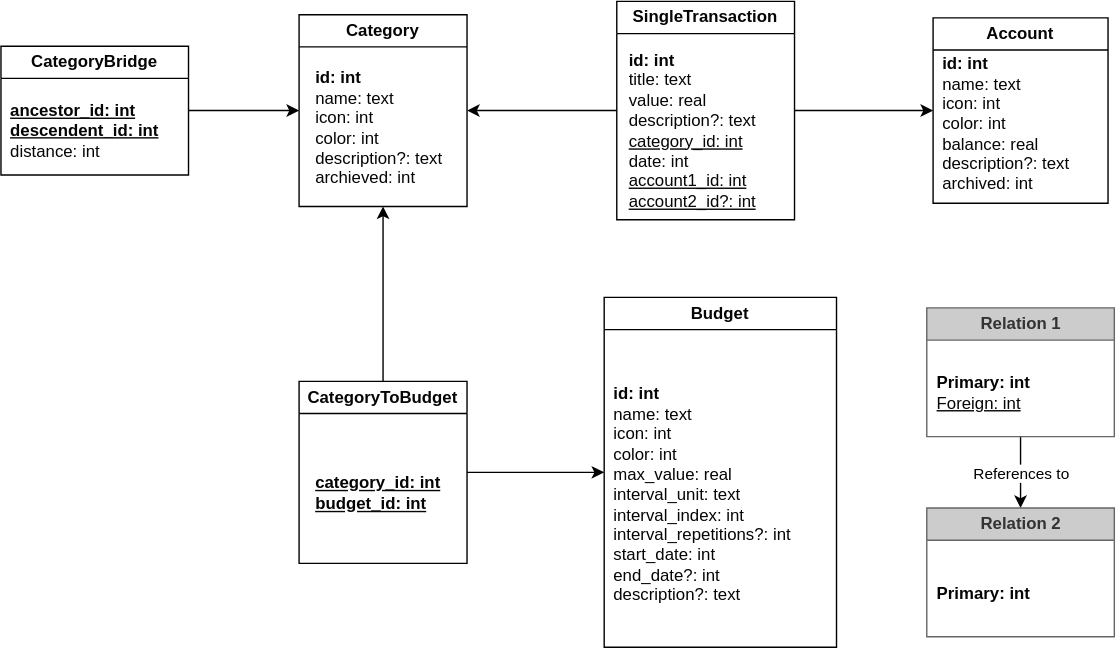
Earlier version of the draw.io export docs/dbv2.drawio.svg (budgetiser/budgetiser). Source tidied: cells renumbered, new cells last; positions are measured from the earlier drawing's top-left corner, leaving out a move shared by most shapes.
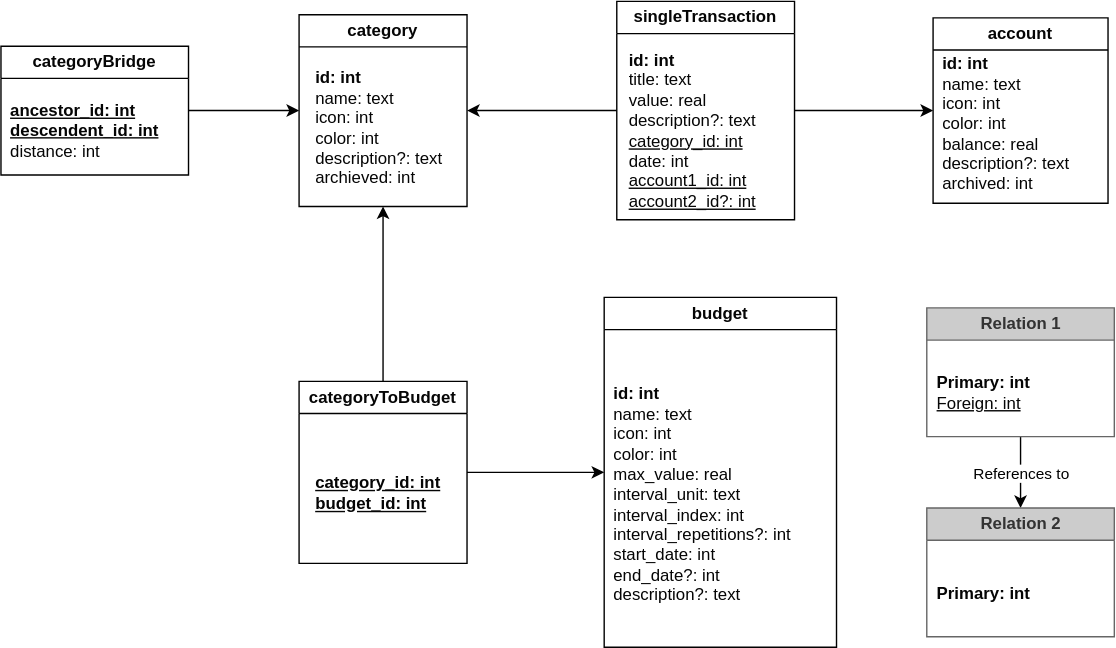
Above is the later version.

Commit message:
change table casing

Change to the diagram source:
```diff
@@ -5,25 +5,25 @@
     <mxCell id="2" style="edgeStyle=none;html=1;entryX=0;entryY=0.5;entryDx=0;entryDy=0;rounded=0;strokeColor=#000000;fontColor=#050505;labelBackgroundColor=none;" parent="1" edge="1" source="3" target="5">
       <mxGeometry relative="1" as="geometry" />
     </mxCell>
-    <mxCell id="3" value="SingleTransaction" style="swimlane;whiteSpace=wrap;html=1;rounded=0;fillStyle=auto;gradientColor=none;shadow=0;glass=0;strokeColor=#000000;fontColor=#050505;labelBackgroundColor=none;fillColor=none;" parent="1" vertex="1">
+    <mxCell id="3" value="singleTransaction" style="swimlane;whiteSpace=wrap;html=1;rounded=0;fillStyle=auto;gradientColor=none;shadow=0;glass=0;strokeColor=#000000;fontColor=#050505;labelBackgroundColor=none;fillColor=none;" parent="1" vertex="1">
       <mxGeometry x="440" y="0.5" width="127" height="156" as="geometry" />
     </mxCell>
     <mxCell id="4" value="&lt;b&gt;id: int&lt;br&gt;&lt;/b&gt;title: text&lt;br&gt;value: real&lt;br&gt;description?: text&lt;br&gt;&lt;u&gt;category_id: int&lt;br&gt;&lt;/u&gt;date: int&lt;br&gt;&lt;u style=&quot;&quot;&gt;account1_id: int&lt;br&gt;account2_id?: int&lt;/u&gt;" style="text;html=1;align=left;verticalAlign=middle;strokeColor=none;fillColor=none;rounded=0;fontColor=#050505;labelBackgroundColor=none;" parent="3" vertex="1">
       <mxGeometry x="7" y="29" width="109" height="127" as="geometry" />
     </mxCell>
-    <mxCell id="5" value="Account" style="swimlane;whiteSpace=wrap;html=1;rounded=0;strokeColor=#000000;fontColor=#050505;labelBackgroundColor=none;fillColor=none;" parent="1" vertex="1">
+    <mxCell id="5" value="account" style="swimlane;whiteSpace=wrap;html=1;rounded=0;strokeColor=#000000;fontColor=#050505;labelBackgroundColor=none;fillColor=none;" parent="1" vertex="1">
       <mxGeometry x="666" y="12.2" width="125" height="132.5" as="geometry" />
     </mxCell>
     <mxCell id="6" value="&lt;b&gt;id: int&lt;br&gt;&lt;/b&gt;name: text&lt;br&gt;icon: int&lt;br&gt;color: int&lt;br&gt;balance: real&lt;br&gt;description?: text&lt;br&gt;archived: int" style="text;html=1;align=left;verticalAlign=middle;strokeColor=none;fillColor=none;rounded=0;fontColor=#050505;labelBackgroundColor=none;" parent="5" vertex="1">
       <mxGeometry x="5" y="19.5" width="109" height="113" as="geometry" />
     </mxCell>
-    <mxCell id="7" value="Category" style="swimlane;whiteSpace=wrap;html=1;rounded=0;strokeColor=#000000;fontColor=#050505;labelBackgroundColor=none;fillColor=none;" parent="1" vertex="1">
+    <mxCell id="7" value="category" style="swimlane;whiteSpace=wrap;html=1;rounded=0;strokeColor=#000000;fontColor=#050505;labelBackgroundColor=none;fillColor=none;" parent="1" vertex="1">
       <mxGeometry x="213" y="10" width="120" height="137" as="geometry" />
     </mxCell>
     <mxCell id="8" value="&lt;b&gt;id: int&lt;br&gt;&lt;/b&gt;name: text&lt;br&gt;icon: int&lt;br&gt;color: int&lt;br&gt;description?: text&lt;br&gt;archieved: int" style="text;html=1;align=left;verticalAlign=middle;strokeColor=none;fillColor=none;rounded=0;fontColor=#050505;labelBackgroundColor=none;" parent="7" vertex="1">
       <mxGeometry x="10" y="32" width="109" height="98" as="geometry" />
     </mxCell>
-    <mxCell id="9" value="Budget" style="swimlane;whiteSpace=wrap;html=1;rounded=0;labelBackgroundColor=none;labelBorderColor=none;gradientColor=none;fillColor=none;strokeColor=#000000;fontColor=#050505;" parent="1" vertex="1">
+    <mxCell id="9" value="budget" style="swimlane;whiteSpace=wrap;html=1;rounded=0;labelBackgroundColor=none;labelBorderColor=none;gradientColor=none;fillColor=none;strokeColor=#000000;fontColor=#050505;startSize=23;" parent="1" vertex="1">
       <mxGeometry x="431" y="212" width="166" height="250" as="geometry" />
     </mxCell>
     <mxCell id="10" value="&lt;b&gt;id: int&lt;br&gt;&lt;/b&gt;name: text&lt;br&gt;icon: int&lt;br&gt;color: int&lt;br&gt;max_value: real&lt;br&gt;interval_unit: text&lt;br&gt;interval_index: int&lt;br&gt;interval_repetitions?: int&lt;br&gt;start_date: int&lt;br&gt;end_date?: int&amp;nbsp;&lt;br&gt;description?: text" style="text;html=1;align=left;verticalAlign=middle;strokeColor=none;fillColor=none;rounded=0;fontColor=#050505;labelBackgroundColor=none;" parent="9" vertex="1">
@@ -35,7 +35,7 @@
     <mxCell id="12" style="edgeStyle=none;html=1;entryX=0;entryY=0.5;entryDx=0;entryDy=0;rounded=0;strokeColor=#000000;fontColor=#050505;labelBackgroundColor=none;" parent="1" edge="1" source="13" target="9">
       <mxGeometry relative="1" as="geometry" />
     </mxCell>
-    <mxCell id="13" value="CategoryToBudget" style="swimlane;whiteSpace=wrap;html=1;rounded=0;strokeColor=#000000;fontColor=#050505;labelBackgroundColor=none;fillColor=none;" parent="1" vertex="1">
+    <mxCell id="13" value="categoryToBudget" style="swimlane;whiteSpace=wrap;html=1;rounded=0;strokeColor=#000000;fontColor=#050505;labelBackgroundColor=none;fillColor=none;" parent="1" vertex="1">
       <mxGeometry x="213" y="272" width="120" height="130" as="geometry" />
     </mxCell>
     <mxCell id="14" value="&lt;b&gt;&lt;u&gt;category_id: int&lt;br&gt;budget_id: int&lt;/u&gt;&lt;/b&gt;" style="text;html=1;align=left;verticalAlign=middle;strokeColor=none;fillColor=none;rounded=0;fontColor=#050505;labelBackgroundColor=none;" parent="13" vertex="1">
@@ -44,7 +44,7 @@
     <mxCell id="15" style="edgeStyle=none;html=1;entryX=1;entryY=0.5;entryDx=0;entryDy=0;exitX=0;exitY=0.5;exitDx=0;exitDy=0;rounded=0;strokeColor=#000000;fontColor=#050505;labelBackgroundColor=none;" parent="1" edge="1" source="3" target="7">
       <mxGeometry relative="1" as="geometry" />
     </mxCell>
-    <mxCell id="16" value="CategoryBridge" style="swimlane;whiteSpace=wrap;html=1;rounded=0;strokeColor=#000000;fontColor=#050505;labelBackgroundColor=none;fillColor=none;" parent="1" vertex="1">
+    <mxCell id="16" value="categoryBridge" style="swimlane;whiteSpace=wrap;html=1;rounded=0;strokeColor=#000000;fontColor=#050505;labelBackgroundColor=none;fillColor=none;" parent="1" vertex="1">
       <mxGeometry y="32.5" width="134" height="92" as="geometry" />
     </mxCell>
     <mxCell id="17" value="&lt;u&gt;&lt;b&gt;ancestor_id: int&lt;/b&gt;&lt;br&gt;&lt;b&gt;descendent_id: int&lt;/b&gt;&lt;br&gt;&lt;/u&gt;distance: int" style="text;html=1;align=left;verticalAlign=middle;strokeColor=none;fillColor=none;rounded=0;fontColor=#050505;labelBackgroundColor=none;" parent="16" vertex="1">
```
